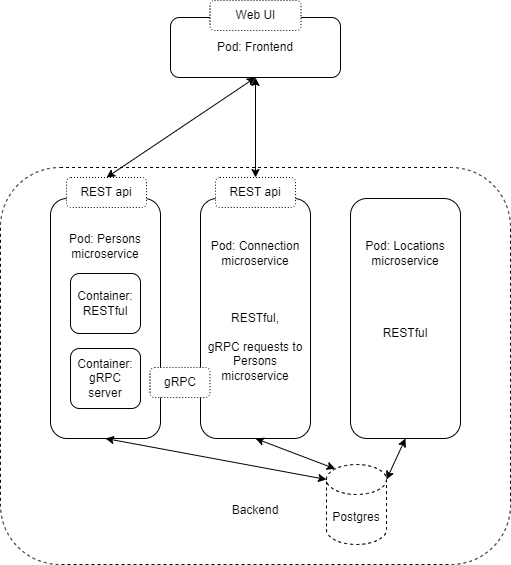
The draw.io diagram UdaConnect/docs/architecture_design.png in ElenaKutanov/DataEngineerForAIApplications, before a commit. Source tidied: cells renumbered, new cells last; positions are measured from the earlier drawing's top-left corner, leaving out a move shared by most shapes.
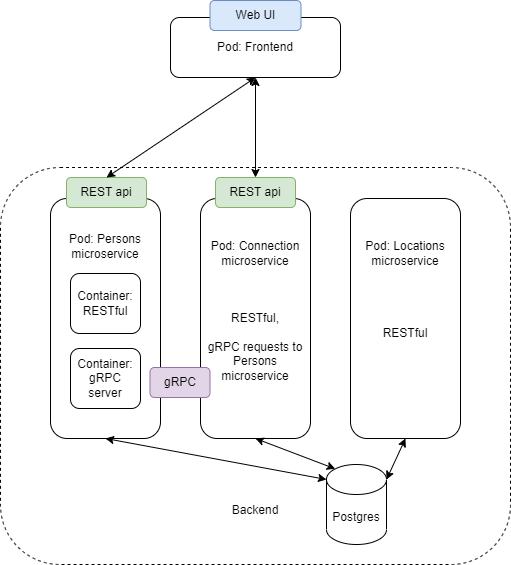
The same file after the commit.

Diff of the diagram source:
```diff
@@ -26,7 +26,7 @@
     <mxCell id="9" value="Container:&lt;br&gt;gRPC server" style="rounded=1;whiteSpace=wrap;html=1;" parent="1" vertex="1">
       <mxGeometry x="70" y="348" width="70" height="60" as="geometry" />
     </mxCell>
-    <mxCell id="10" value="Postgres" style="shape=cylinder3;whiteSpace=wrap;html=1;boundedLbl=1;backgroundOutline=1;size=15;dashed=1;" parent="1" vertex="1">
+    <mxCell id="10" value="Postgres" style="shape=cylinder3;whiteSpace=wrap;html=1;boundedLbl=1;backgroundOutline=1;size=15;" parent="1" vertex="1">
       <mxGeometry x="326" y="464" width="60" height="80" as="geometry" />
     </mxCell>
     <mxCell id="11" style="endArrow=classic;startArrow=classic;html=1;rounded=0;exitX=1;exitY=0;exitDx=0;exitDy=15;exitPerimeter=0;entryX=0.5;entryY=1;entryDx=0;entryDy=0;" parent="1" edge="1" source="10" target="5">
@@ -38,19 +38,19 @@
     <mxCell id="13" style="endArrow=classic;startArrow=classic;html=1;rounded=0;entryX=0.5;entryY=1;entryDx=0;entryDy=0;exitX=0.145;exitY=0;exitDx=0;exitDy=4.35;exitPerimeter=0;" parent="1" edge="1" source="10" target="4">
       <mxGeometry relative="1" as="geometry" />
     </mxCell>
-    <mxCell id="14" value="Web UI" style="rounded=1;whiteSpace=wrap;html=1;dashed=1;dashPattern=1 2;" parent="1" vertex="1">
+    <mxCell id="14" value="Web UI" style="rounded=1;whiteSpace=wrap;html=1;fillColor=#dae8fc;strokeColor=#6c8ebf;" parent="1" vertex="1">
       <mxGeometry x="209.5" width="91" height="30" as="geometry" />
     </mxCell>
-    <mxCell id="15" value="REST api" style="rounded=1;whiteSpace=wrap;html=1;dashed=1;dashPattern=1 2;" parent="1" vertex="1">
+    <mxCell id="15" value="REST api" style="rounded=1;whiteSpace=wrap;html=1;fillColor=#d5e8d4;strokeColor=#82b366;" parent="1" vertex="1">
       <mxGeometry x="66" y="177" width="80" height="30" as="geometry" />
     </mxCell>
     <mxCell id="16" style="endArrow=classic;startArrow=classic;html=1;rounded=0;entryX=0.5;entryY=1;entryDx=0;entryDy=0;exitX=0.5;exitY=0;exitDx=0;exitDy=0;" parent="1" edge="1" source="15" target="2">
       <mxGeometry relative="1" as="geometry" />
     </mxCell>
-    <mxCell id="17" value="REST api" style="rounded=1;whiteSpace=wrap;html=1;dashed=1;dashPattern=1 2;" parent="1" vertex="1">
+    <mxCell id="17" value="REST api" style="rounded=1;whiteSpace=wrap;html=1;fillColor=#d5e8d4;strokeColor=#82b366;" parent="1" vertex="1">
       <mxGeometry x="215" y="177" width="80" height="30" as="geometry" />
     </mxCell>
-    <mxCell id="18" value="gRPC" style="rounded=1;whiteSpace=wrap;html=1;dashed=1;dashPattern=1 2;" parent="1" vertex="1">
+    <mxCell id="18" value="gRPC" style="rounded=1;whiteSpace=wrap;html=1;fillColor=#e1d5e7;strokeColor=#9673a6;" parent="1" vertex="1">
       <mxGeometry x="149.5" y="367" width="60" height="30" as="geometry" />
     </mxCell>
   </root>
```
